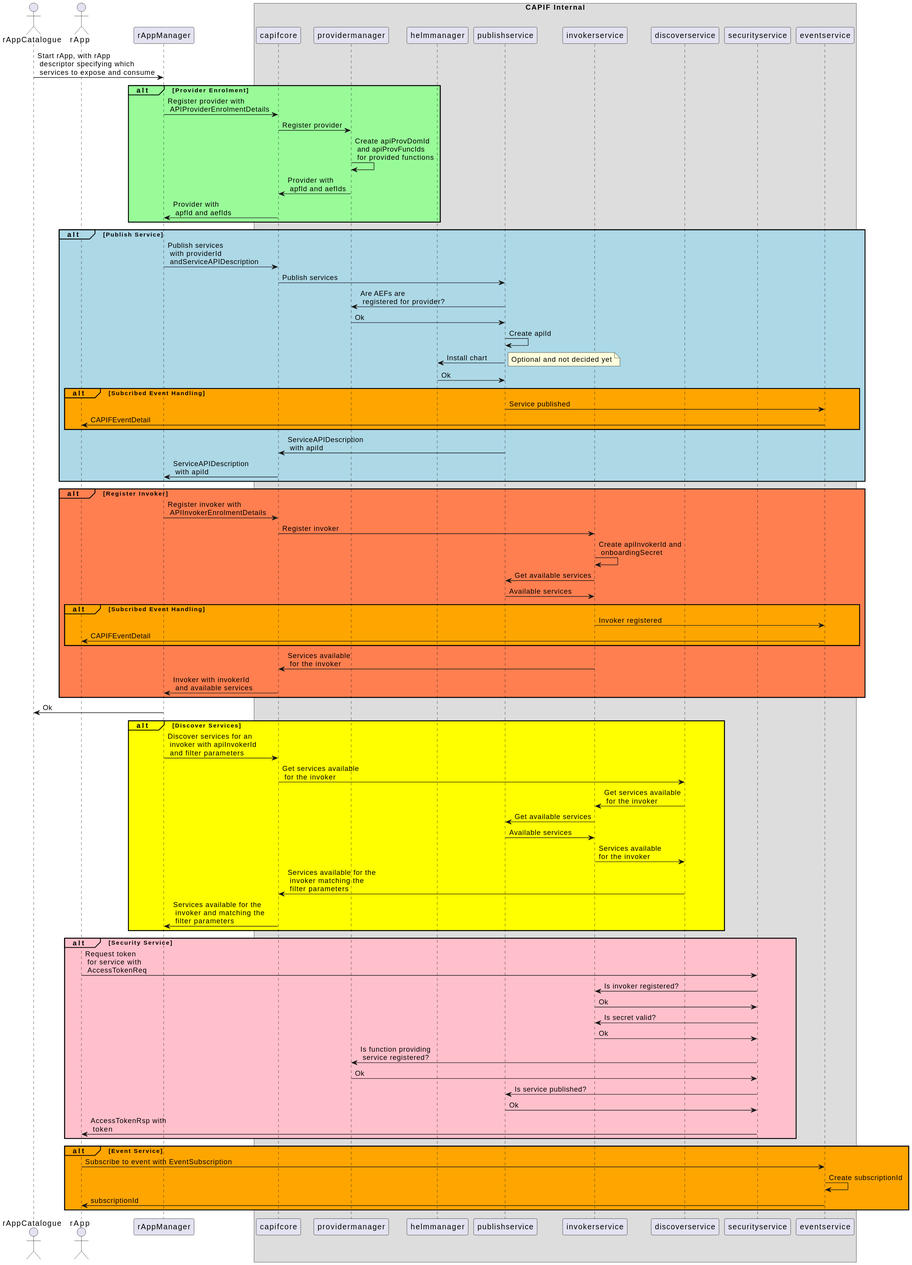
o-ran-sc/nonrtric-plt-sme keeps this PlantUML diagram as capifcore/docs/diagrams/Register Provider.svg. Above is the earlier version.
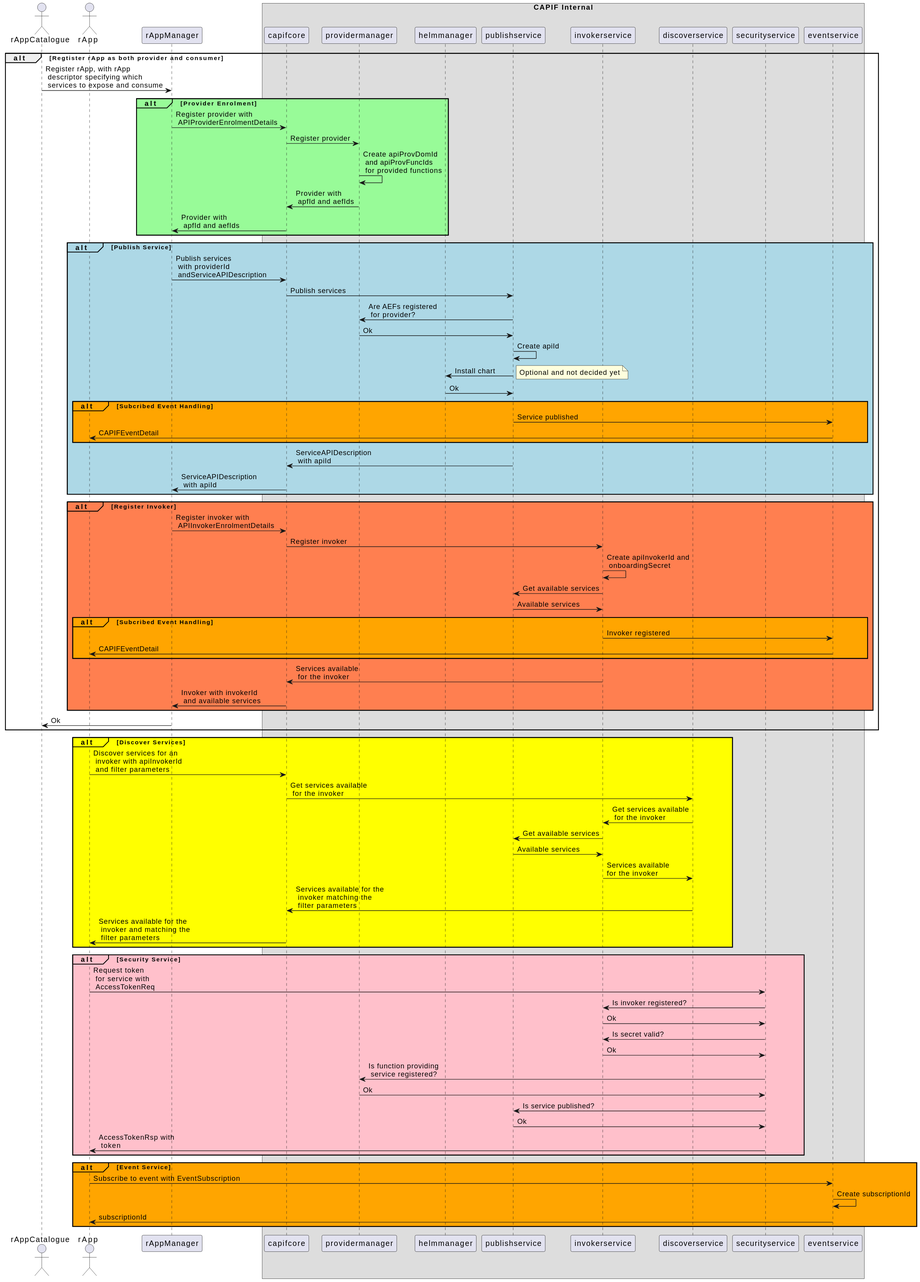
The same diagram one commit later.

Diff of the diagram source:
```diff
@@ -13,54 +13,55 @@
 participant eventservice
 end box
 
-rAppCatalogue->rAppManager: Start rApp, with rApp\n descriptor specifying which\n services to expose and consume
-alt#paleGreen #paleGreen Provider Enrolment
-    rAppManager->capifcore: Register provider with\n APIProviderEnrolmentDetails
-    capifcore->providermanager:Register provider
-    providermanager->providermanager: Create apiProvDomId\n and apiProvFuncIds\n for provided functions
-    providermanager->capifcore: Provider with\n apfId and aefIds
-    capifcore->rAppManager: Provider with\n apfId and aefIds
+alt Regtister rApp as both provider and consumer
+    rAppCatalogue->rAppManager: Register rApp, with rApp\n descriptor specifying which\n services to expose and consume
+    alt#paleGreen #paleGreen Provider Enrolment
+        rAppManager->capifcore: Register provider with\n APIProviderEnrolmentDetails
+        capifcore->providermanager:Register provider
+        providermanager->providermanager: Create apiProvDomId\n and apiProvFuncIds\n for provided functions
+        providermanager->capifcore: Provider with\n apfId and aefIds
+        capifcore->rAppManager: Provider with\n apfId and aefIds
+    end
+    alt#LightBlue #LightBlue Publish Service
+        rAppManager->capifcore: Publish services\n with providerId\n andServiceAPIDescription
+        capifcore->publishservice: Publish services
+        publishservice->providermanager: Are AEFs registered\n for provider?
+        providermanager->publishservice: Ok
+        publishservice->publishservice: Create apiId
+        publishservice->helmmanager: Install chart
+        note right: Optional and not decided yet
+        helmmanager->publishservice: Ok
+        alt#Orange #Orange Subcribed Event Handling
+            publishservice->eventservice: Service published
+            eventservice->rApp: CAPIFEventDetail
+        end
+        publishservice->capifcore: ServiceAPIDescription\n with apiId
+        capifcore->rAppManager: ServiceAPIDescription\n with apiId
+    end
+    alt#coral #coral Register Invoker
+        rAppManager->capifcore: Register invoker with\n APIInvokerEnrolmentDetails
+        capifcore->invokerservice: Register invoker
+        invokerservice->invokerservice: Create apiInvokerId and\n onboardingSecret
+        invokerservice->publishservice: Get available services
+        publishservice->invokerservice: Available services
+        alt#Orange #Orange Subcribed Event Handling
+            invokerservice->eventservice: Invoker registered
+            eventservice->rApp: CAPIFEventDetail
+        end
+        invokerservice->capifcore: Services available\n for the invoker
+        capifcore->rAppManager: Invoker with invokerId\n and available services
+    end
+    rAppManager->rAppCatalogue: Ok
 end
-alt#LightBlue #LightBlue Publish Service
-    rAppManager->capifcore: Publish services\n with providerId\n andServiceAPIDescription
-    capifcore->publishservice: Publish services
-    publishservice->providermanager: Are AEFs are\n registered for provider?
-    providermanager->publishservice: Ok
-    publishservice->publishservice: Create apiId
-    publishservice->helmmanager: Install chart
-    note right: Optional and not decided yet
-    helmmanager->publishservice: Ok
-    alt#Orange #Orange Subcribed Event Handling
-        publishservice->eventservice: Service published
-        eventservice->rApp: CAPIFEventDetail
-    end
-    publishservice->capifcore: ServiceAPIDescription\n with apiId
-    capifcore->rAppManager: ServiceAPIDescription\n with apiId
-end
-alt#coral #coral Register Invoker
-    rAppManager->capifcore: Register invoker with\n APIInvokerEnrolmentDetails
-    capifcore->invokerservice: Register invoker
-    invokerservice->invokerservice: Create apiInvokerId and\n onboardingSecret
-    invokerservice->publishservice: Get available services
-    publishservice->invokerservice: Available services
-    alt#Orange #Orange Subcribed Event Handling
-        invokerservice->eventservice: Invoker registered
-        eventservice->rApp: CAPIFEventDetail
-    end
-    invokerservice->capifcore: Services available\n for the invoker
-    capifcore->rAppManager: Invoker with invokerId\n and available services
-end
-rAppManager->rAppCatalogue: Ok
-
 alt#Yellow #Yellow Discover Services
-    rAppManager->capifcore: Discover services for an\n invoker with apiInvokerId\n and filter parameters
+    rApp->capifcore: Discover services for an\n invoker with apiInvokerId\n and filter parameters
     capifcore->discoverservice: Get services available\n for the invoker
     discoverservice->invokerservice: Get services available\n for the invoker
     invokerservice->publishservice: Get available services
     publishservice->invokerservice: Available services
     invokerservice->discoverservice: Services available \nfor the invoker
     discoverservice->capifcore: Services available for the\n invoker matching the\n filter parameters
-    capifcore->rAppManager: Services available for the\n invoker and matching the\n filter parameters
+    capifcore->rApp: Services available for the\n invoker and matching the\n filter parameters
 end
 
 alt#Pink #Pink Security Service
```
